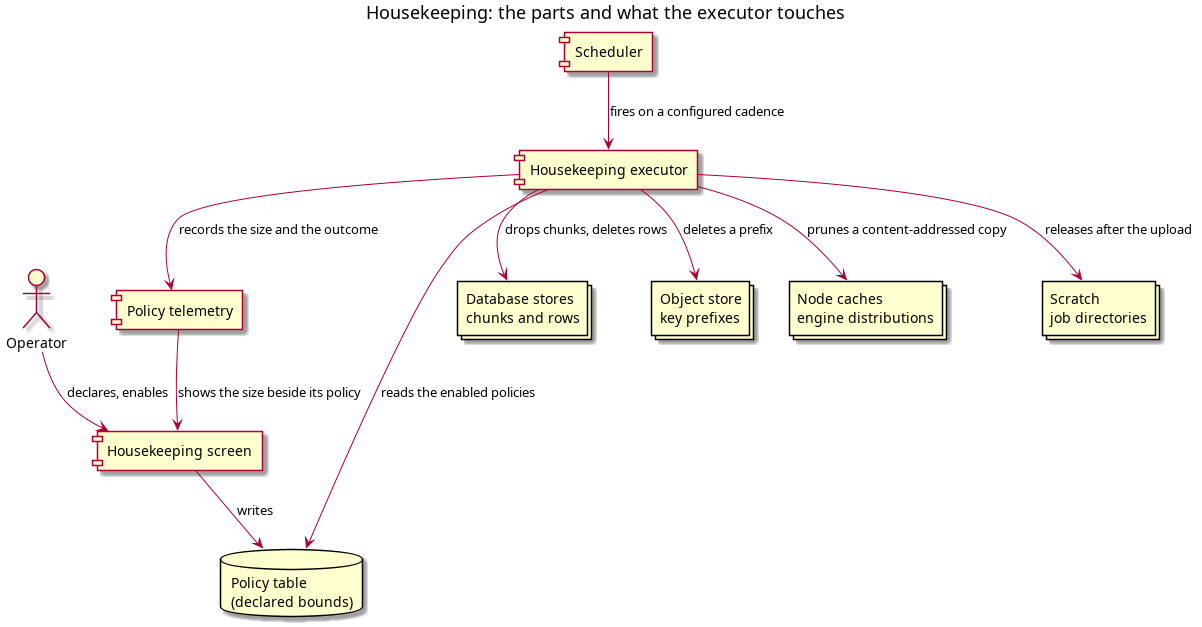
This is doc/knowledge/architecture/housekeeping_sweep_structure.png from OreStudio/OreStudio, a PlantUML export, as it was before one commit. Its source is kept beside it as doc/knowledge/architecture/housekeeping_sweep_structure.puml. Its diagram source:
```plantuml
@startuml

title Housekeeping: the parts and what the executor touches

actor "Operator" as op

component "Housekeeping screen" as screen
database "Policy table\n(declared bounds)" as policy
component "Scheduler" as sched
component "Housekeeping executor" as exec
component "Policy telemetry" as tel

collections "Database stores\nchunks and rows" as db
collections "Object store\nkey prefixes" as obj
collections "Node caches\nengine distributions" as cache
collections "Scratch\njob directories" as scratch

op --> screen : declares, enables
screen --> policy : writes
sched --> exec : fires on a configured cadence
exec --> policy : reads the enabled policies
exec --> db : drops chunks, deletes rows
exec --> obj : deletes a prefix
exec --> cache : prunes a content-addressed copy
exec --> scratch : releases after the upload
exec --> tel : records the size and the outcome
tel --> screen : shows the size beside its policy

@enduml
```
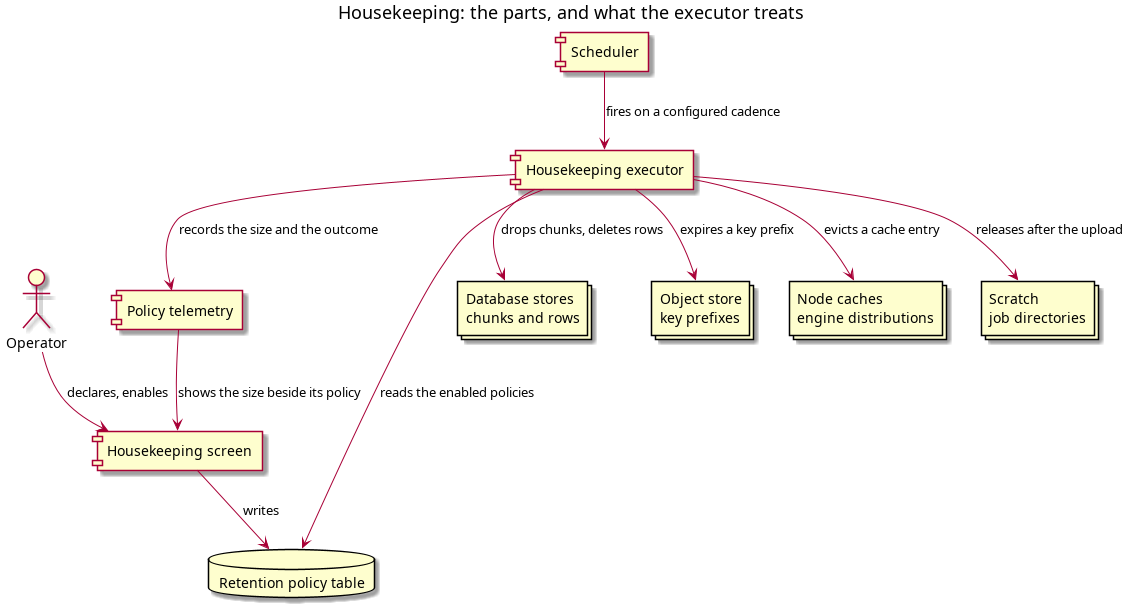
The same diagram one commit later.

Commit message:
[doc] Re-render the housekeeping diagram with the current vocabulary

Change to the diagram source:
```diff
@@ -1,11 +1,11 @@
 @startuml
 
-title Housekeeping: the parts and what the executor touches
+title Housekeeping: the parts, and what the executor treats
 
 actor "Operator" as op
 
 component "Housekeeping screen" as screen
-database "Policy table\n(declared bounds)" as policy
+database "Retention policy table" as policy
 component "Scheduler" as sched
 component "Housekeeping executor" as exec
 component "Policy telemetry" as tel
@@ -20,8 +20,8 @@
 sched --> exec : fires on a configured cadence
 exec --> policy : reads the enabled policies
 exec --> db : drops chunks, deletes rows
-exec --> obj : deletes a prefix
-exec --> cache : prunes a content-addressed copy
+exec --> obj : expires a key prefix
+exec --> cache : evicts a cache entry
 exec --> scratch : releases after the upload
 exec --> tel : records the size and the outcome
 tel --> screen : shows the size beside its policy
```
